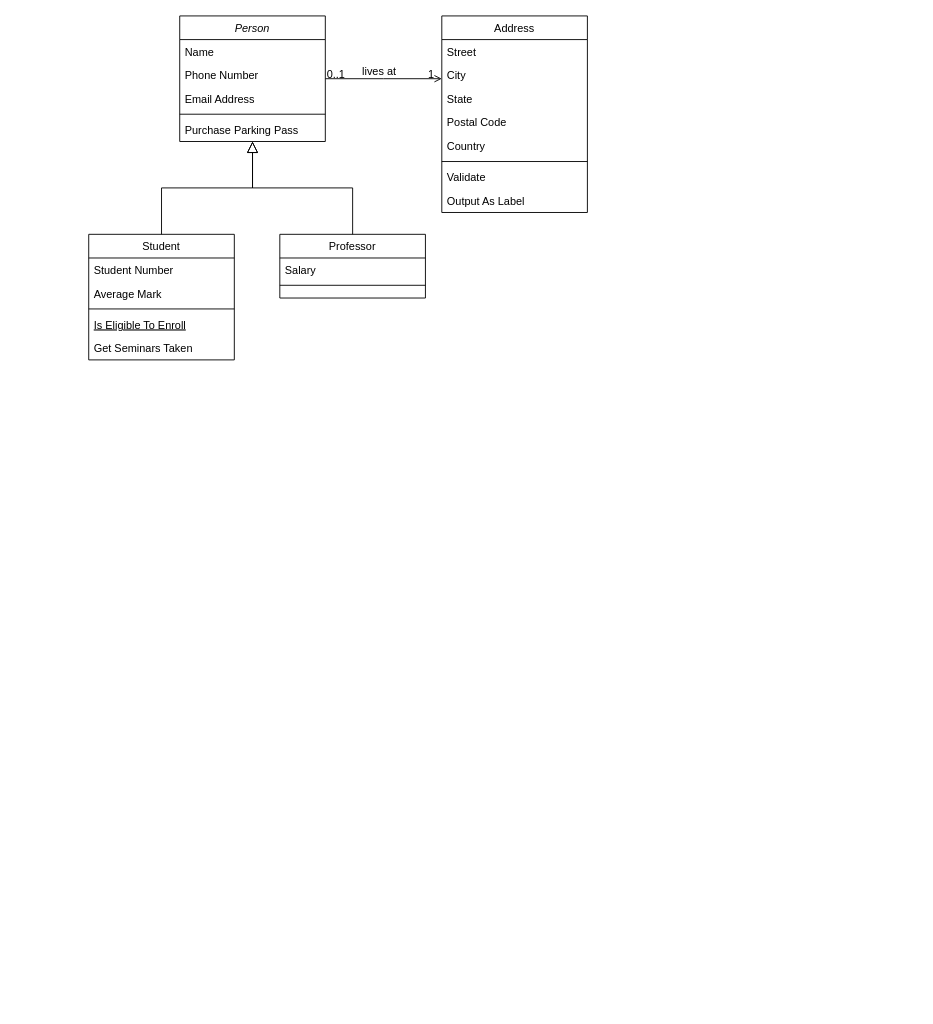
INNOVAcodersISPC/ARGBroker keeps this draw.io diagram as Documentación/Diagrama de clases.drawio. Above is the earlier version. Source tidied: cells renumbered, new cells numbered last; positions are measured from the earlier drawing's top-left corner, leaving out a move shared by most shapes. Both pictures are drawn from the tidied source at 91%, with x=0, y=0 at pixel (88, 15).
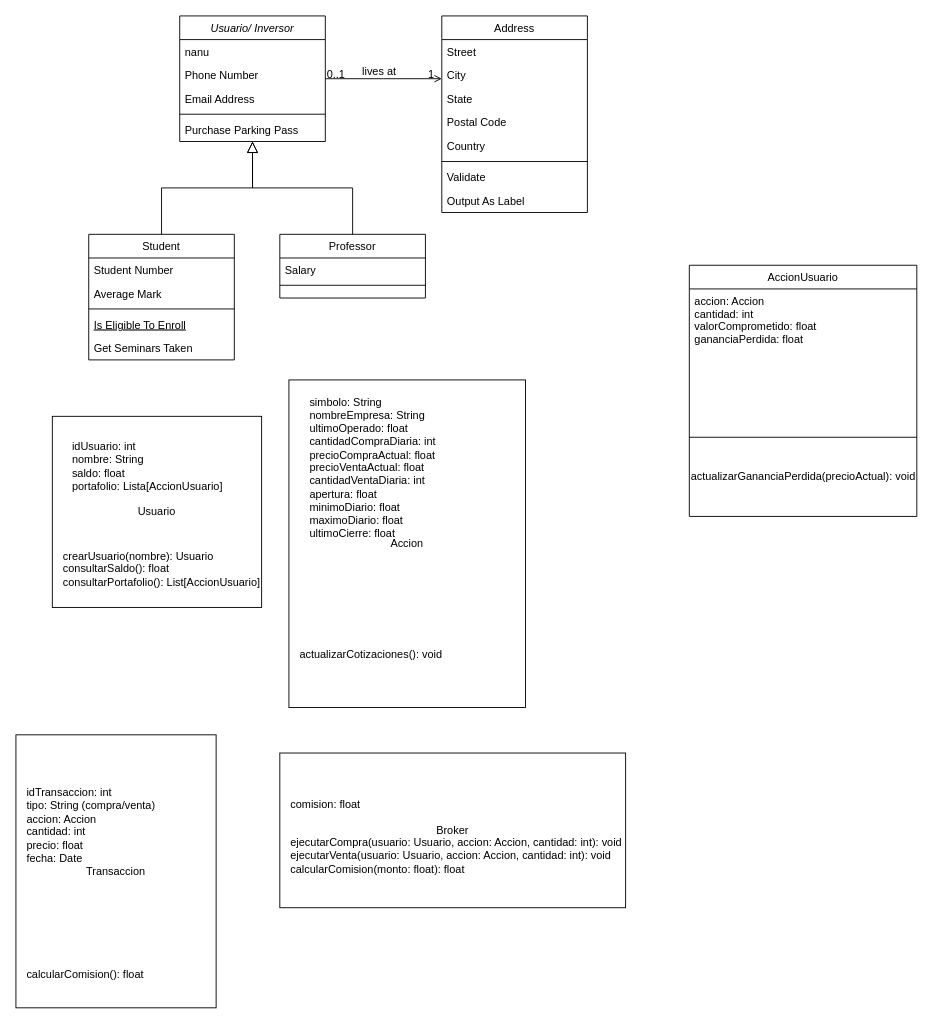
The same page after the edit.

Diff of the diagram source:
```diff
@@
-    <mxCell id="2" value="Person" style="swimlane;fontStyle=2;align=center;verticalAlign=top;horizontal=1;startSize=26;rounded=0;shadow=0;strokeWidth=1;" parent="1" vertex="1">
+    <mxCell id="2" value="Usuario/ Inversor" style="swimlane;fontStyle=2;align=center;verticalAlign=top;horizontal=1;startSize=26;rounded=0;shadow=0;strokeWidth=1;" parent="1" vertex="1">
       <mxGeometry x="100" width="160" height="138" as="geometry" />
     </mxCell>
-    <mxCell id="3" value="Name" style="text;align=left;verticalAlign=top;spacingLeft=4;spacingRight=4;overflow=hidden;" parent="2" vertex="1">
+    <mxCell id="3" value="nanu" style="text;align=left;verticalAlign=top;spacingLeft=4;spacingRight=4;overflow=hidden;" parent="2" vertex="1">
       <mxGeometry y="26" width="160" height="26" as="geometry" />
     </mxCell>
@@
+    <mxCell id="32" value="Usuario" style="rounded=0;whiteSpace=wrap;html=1;" parent="1" vertex="1">
+      <mxGeometry x="-40" y="440" width="230" height="210" as="geometry" />
+    </mxCell>
+    <mxCell id="33" value="idUsuario: int &lt;br&gt;nombre: String &lt;br&gt;saldo: float &lt;br&gt;portafolio: Lista[AccionUsuario]" style="text;html=1;strokeColor=none;fillColor=none;spacingLeft=10;" parent="32" vertex="1">
+      <mxGeometry x="10" y="20" width="230" height="105" as="geometry" />
+    </mxCell>
+    <mxCell id="34" value="crearUsuario(nombre): Usuario&#10;consultarSaldo(): float&#10;consultarPortafolio(): List[AccionUsuario]" style="text;html=1;strokeColor=none;fillColor=none;spacingLeft=10;" parent="32" vertex="1">
+      <mxGeometry y="140" width="230" height="70" as="geometry" />
+    </mxCell>
+    <mxCell id="35" value="Accion" style="rounded=0;whiteSpace=wrap;html=1;" parent="1" vertex="1">
+      <mxGeometry x="220" y="400" width="260" height="360" as="geometry" />
+    </mxCell>
+    <mxCell id="36" value="actualizarCotizaciones(): void" style="text;html=1;strokeColor=none;fillColor=none;spacingLeft=10;" parent="35" vertex="1">
+      <mxGeometry y="288" width="226.1" height="36" as="geometry" />
+    </mxCell>
+    <mxCell id="37" value="simbolo: String&#10;nombreEmpresa: String&#10;ultimoOperado: float&#10;cantidadCompraDiaria: int&#10;precioCompraActual: float&#10;precioVentaActual: float&#10;cantidadVentaDiaria: int&#10;apertura: float&#10;minimoDiario: float&#10;maximoDiario: float&#10;ultimoCierre: float" style="text;html=1;strokeColor=none;fillColor=none;spacingLeft=10;" parent="35" vertex="1">
+      <mxGeometry x="11.3" y="10.9" width="226.1" height="252" as="geometry" />
+    </mxCell>
+    <mxCell id="38" value="Transaccion" style="rounded=0;whiteSpace=wrap;html=1;" parent="1" vertex="1">
+      <mxGeometry x="-80" y="790" width="220" height="300" as="geometry" />
+    </mxCell>
+    <mxCell id="39" value="idTransaccion: int&#10;tipo: String (compra/venta)&#10;accion: Accion&#10;cantidad: int&#10;precio: float&#10;fecha: Date" style="text;html=1;strokeColor=none;fillColor=none;spacingLeft=10;" parent="38" vertex="1">
+      <mxGeometry y="50" width="220" height="200" as="geometry" />
+    </mxCell>
+    <mxCell id="40" value="calcularComision(): float" style="text;html=1;strokeColor=none;fillColor=none;spacingLeft=10;" parent="38" vertex="1">
+      <mxGeometry y="250" width="220" height="50" as="geometry" />
+    </mxCell>
+    <mxCell id="41" value="Broker" style="rounded=0;whiteSpace=wrap;html=1;" parent="1" vertex="1">
+      <mxGeometry x="210" y="810" width="380" height="170" as="geometry" />
+    </mxCell>
+    <mxCell id="42" value="comision: float" style="text;html=1;strokeColor=none;fillColor=none;spacingLeft=10;" parent="41" vertex="1">
+      <mxGeometry y="42.5" width="380" height="42.5" as="geometry" />
+    </mxCell>
+    <mxCell id="43" value="ejecutarCompra(usuario: Usuario, accion: Accion, cantidad: int): void&#10;ejecutarVenta(usuario: Usuario, accion: Accion, cantidad: int): void&#10;calcularComision(monto: float): float" style="text;html=1;strokeColor=none;fillColor=none;spacingLeft=10;" parent="41" vertex="1">
+      <mxGeometry y="85" width="380" height="85" as="geometry" />
+    </mxCell>
+    <mxCell id="44" value="AccionUsuario" style="swimlane;fontStyle=0;align=center;verticalAlign=top;horizontal=1;startSize=26;rounded=0;shadow=0;strokeWidth=1;" parent="1" vertex="1">
+      <mxGeometry x="660" y="274" width="250" height="276" as="geometry" />
+    </mxCell>
+    <mxCell id="45" value="accion: Accion&#10;cantidad: int&#10;valorComprometido: float&#10;gananciaPerdida: float" style="text;align=left;verticalAlign=top;spacingLeft=4;spacingRight=4;overflow=hidden;" parent="44" vertex="1">
+      <mxGeometry y="26" width="250" height="134" as="geometry" />
+    </mxCell>
+    <mxCell id="46" style="line;html=1;strokeWidth=1;align=left;verticalAlign=middle;spacingTop=-1;spacingLeft=3;spacingRight=3;labelPosition=right;" parent="44" vertex="1">
+      <mxGeometry y="160" width="250" height="58" as="geometry" />
+    </mxCell>
+    <mxCell id="47" value="actualizarGananciaPerdida(precioActual): void" style="text;whiteSpace=wrap;html=1;" parent="44" vertex="1">
+      <mxGeometry y="218" width="250" height="58" as="geometry" />
+    </mxCell>
```
